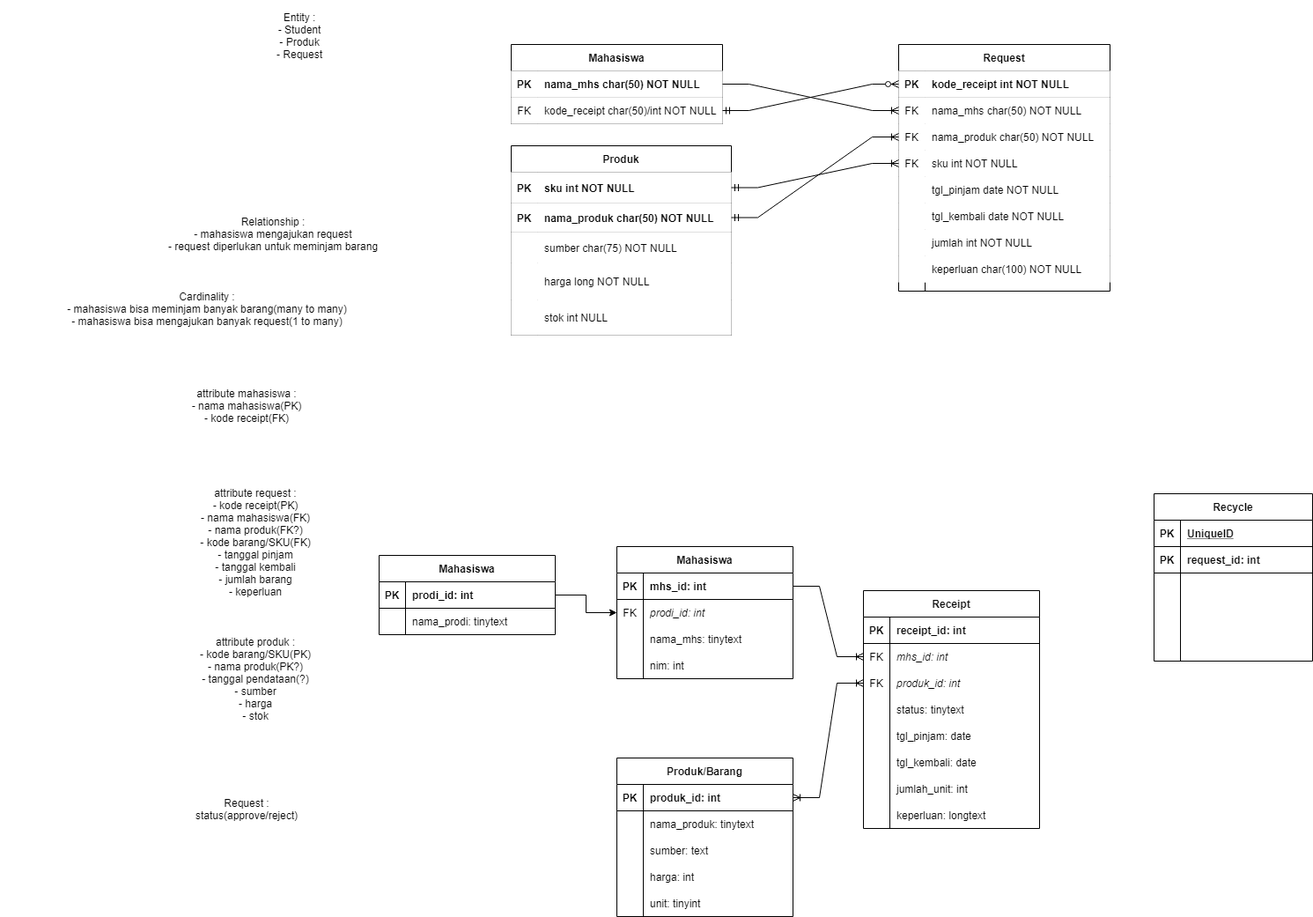
Before: diagrams/ER diagram.drawio.png, a diagram exported from draw.io (johannfac/aplikasipeminjamanaset). Source tidied: cells renumbered, new cells last; positions are measured from the earlier drawing's top-left corner, leaving out a move shared by most shapes.
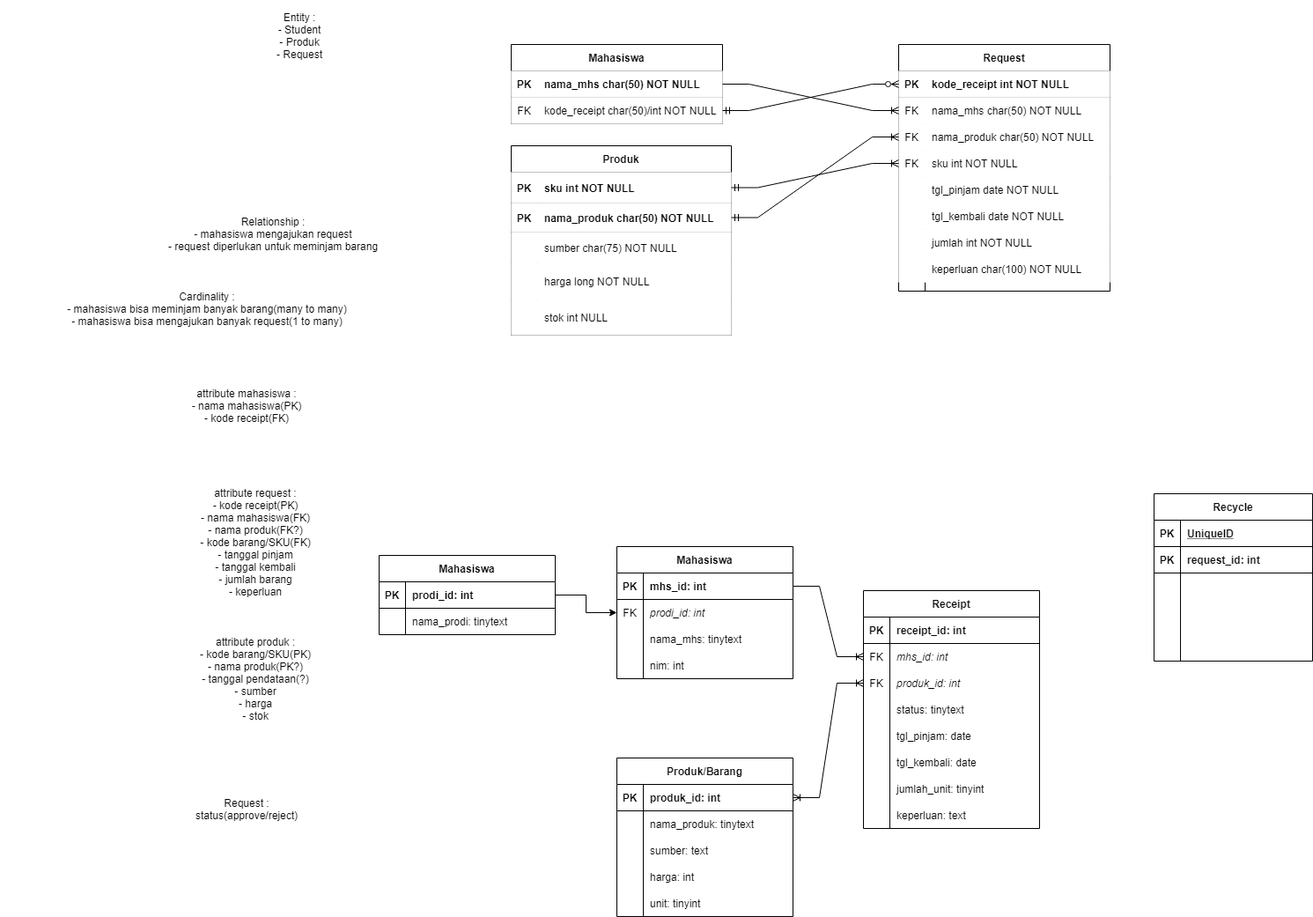
Later version of the same file.

The edit, as a diff of the source:
```diff
@@ -326,7 +326,7 @@
     <mxCell id="109" style="shape=partialRectangle;fillColor=none;top=0;left=0;bottom=0;right=0;overflow=hidden;fontColor=default;strokeColor=default;" parent="108" vertex="1">
       <mxGeometry width="30" height="30" as="geometry" />
     </mxCell>
-    <mxCell id="110" value="jumlah_unit: int" style="shape=partialRectangle;fillColor=none;top=0;left=0;bottom=0;right=0;align=left;spacingLeft=6;overflow=hidden;fontColor=default;strokeColor=default;" parent="108" vertex="1">
+    <mxCell id="110" value="jumlah_unit: tinyint" style="shape=partialRectangle;fillColor=none;top=0;left=0;bottom=0;right=0;align=left;spacingLeft=6;overflow=hidden;fontColor=default;strokeColor=default;" parent="108" vertex="1">
       <mxGeometry x="30" width="170" height="30" as="geometry" />
     </mxCell>
     <mxCell id="111" style="shape=partialRectangle;fillColor=none;top=0;left=0;bottom=0;right=0;fontColor=default;strokeColor=default;" parent="89" vertex="1">
@@ -335,7 +335,7 @@
     <mxCell id="112" style="shape=partialRectangle;fillColor=none;top=0;left=0;bottom=0;right=0;overflow=hidden;fontColor=default;strokeColor=default;" parent="111" vertex="1">
       <mxGeometry width="30" height="30" as="geometry" />
     </mxCell>
-    <mxCell id="113" value="keperluan: longtext" style="shape=partialRectangle;fillColor=none;top=0;left=0;bottom=0;right=0;align=left;spacingLeft=6;overflow=hidden;fontColor=default;strokeColor=default;" parent="111" vertex="1">
+    <mxCell id="113" value="keperluan: text" style="shape=partialRectangle;fillColor=none;top=0;left=0;bottom=0;right=0;align=left;spacingLeft=6;overflow=hidden;fontColor=default;strokeColor=default;" parent="111" vertex="1">
       <mxGeometry x="30" width="170" height="30" as="geometry" />
     </mxCell>
     <mxCell id="114" value="Recycle" style="shape=table;startSize=30;rowLines=0;fontStyle=1;align=center;fontColor=default;strokeColor=default;fillColor=default;" parent="1" vertex="1">
```
